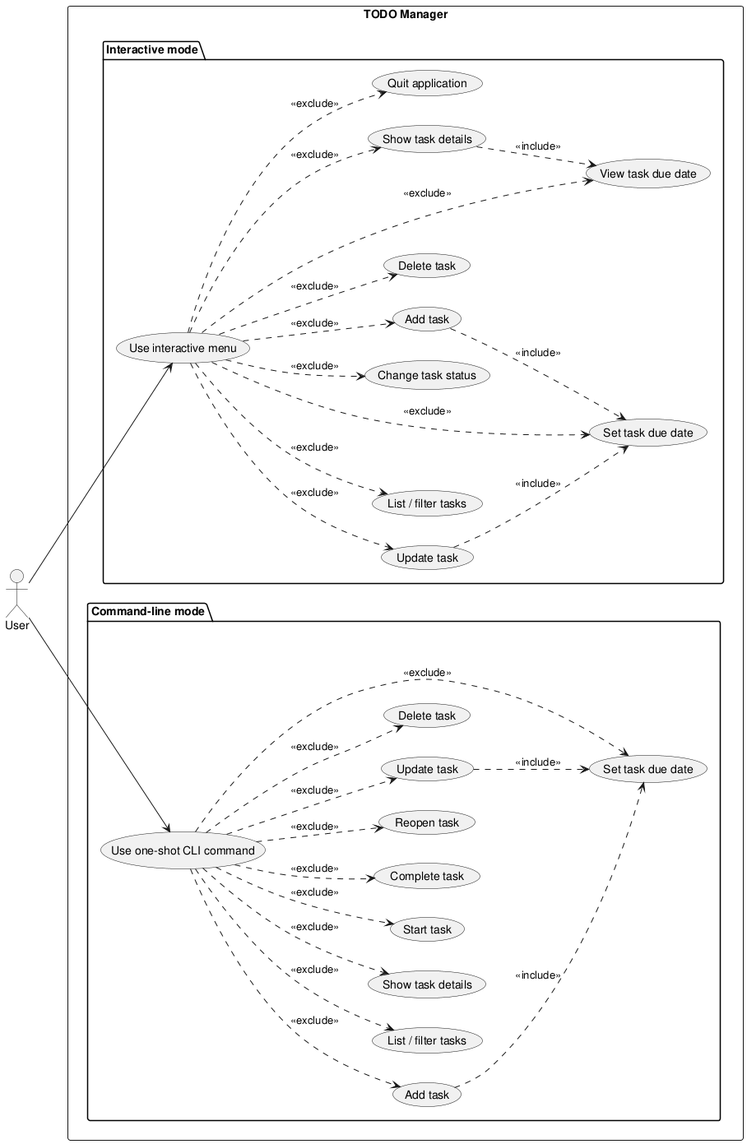
Before: experiments/supervisor_as_tools/user_stories/TODO/artifacts/use_case_diagram.png, a diagram exported from PlantUML (DanielRiha8906/Software_autoevolution_using_agents).
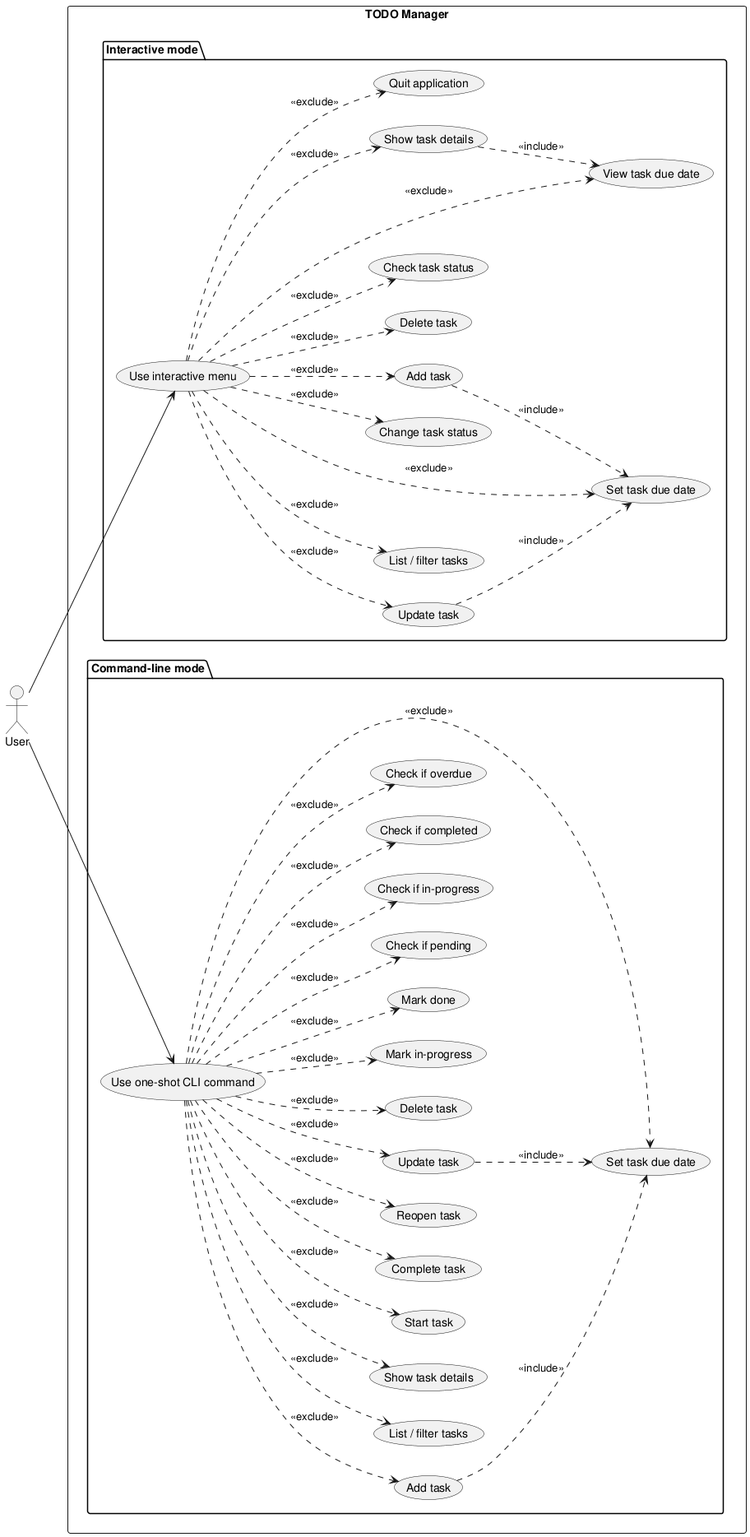
The same diagram one commit later.

The edit, as a diff of the source:
```diff
@@ -14,6 +14,7 @@
     usecase "Change task status" as I_STATUS
     usecase "Update task" as I_UPDATE
     usecase "Delete task" as I_DELETE
+    usecase "Check task status" as I_CHECK
     usecase "Set task due date" as I_DUEDATE
     usecase "View task due date" as I_VIEWDUE
     usecase "Quit application" as I_QUIT
@@ -29,6 +30,12 @@
     usecase "Reopen task" as C_REOPEN
     usecase "Update task" as C_UPDATE
     usecase "Delete task" as C_DELETE
+    usecase "Mark in-progress" as C_MARK_IN_PROG
+    usecase "Mark done" as C_MARK_DONE
+    usecase "Check if pending" as C_IS_PENDING
+    usecase "Check if in-progress" as C_IS_IN_PROG
+    usecase "Check if completed" as C_IS_COMPLETED
+    usecase "Check if overdue" as C_IS_OVERDUE
     usecase "Set task due date" as C_DUEDATE
   }
 }
@@ -42,6 +49,7 @@
 UI ..> I_STATUS : <<exclude>>
 UI ..> I_UPDATE : <<exclude>>
 UI ..> I_DELETE : <<exclude>>
+UI ..> I_CHECK  : <<exclude>>
 UI ..> I_DUEDATE : <<exclude>>
 UI ..> I_VIEWDUE : <<exclude>>
 UI ..> I_QUIT   : <<exclude>>
@@ -58,6 +66,12 @@
 CLI ..> C_REOPEN : <<exclude>>
 CLI ..> C_UPDATE : <<exclude>>
 CLI ..> C_DELETE : <<exclude>>
+CLI ..> C_MARK_IN_PROG : <<exclude>>
+CLI ..> C_MARK_DONE : <<exclude>>
+CLI ..> C_IS_PENDING : <<exclude>>
+CLI ..> C_IS_IN_PROG : <<exclude>>
+CLI ..> C_IS_COMPLETED : <<exclude>>
+CLI ..> C_IS_OVERDUE : <<exclude>>
 CLI ..> C_DUEDATE : <<exclude>>
 
 C_ADD ..> C_DUEDATE : <<include>>
```
